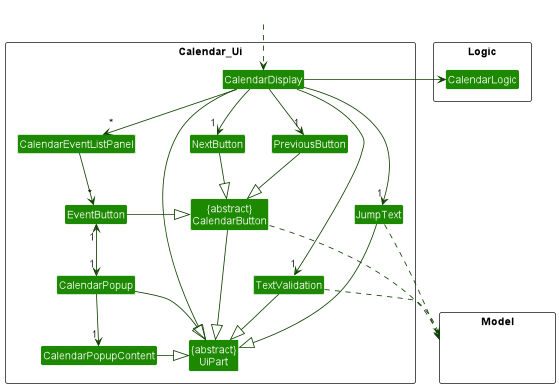
This is docs/images/CalendarUiClassDiagram.png from nus-cs2103-AY2223S1/tp, a PlantUML export, as it was before one commit. Its source is kept beside it as docs/diagrams/CalendarUiClassDiagram.puml.
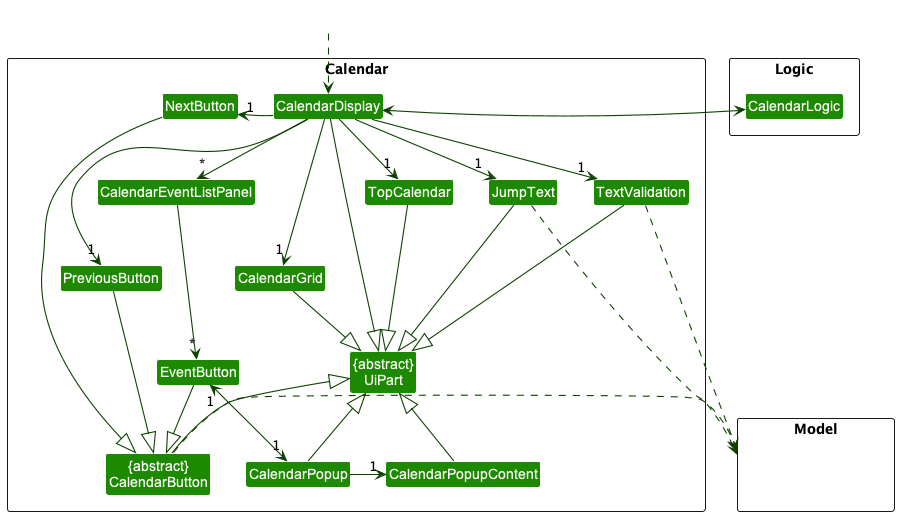
After the change.

Commit message:
Update UI class diagrams

What changed in the source:
```diff
@@ -4,7 +4,7 @@
 skinparam arrowColor UI_COLOR_T4
 skinparam classBackgroundColor UI_COLOR
 
-package Calendar_Ui <<Rectangle>>{
+package Calendar <<Rectangle>>{
 Class "{abstract}\nUiPart" as UiPart
 Class CalendarDisplay
 Class "{abstract}\nCalendarButton" as CalendarButton
@@ -16,6 +16,8 @@
 Class TextValidation
 Class CalendarPopup
 Class CalendarPopupContent
+Class TopCalendar
+Class CalendarGrid
 }
 
 package Model <<Rectangle>> {
@@ -30,30 +32,35 @@
 HiddenOutside ..> CalendarDisplay
 
 CalendarDisplay -down-> "*" CalendarEventListPanel
-CalendarDisplay -down-> "1" NextButton
-CalendarDisplay -down-> "1" PreviousButton
+
 CalendarDisplay -down-> "1" JumpText
 CalendarDisplay -down-> "1" TextValidation
+CalendarDisplay -down-> "1" CalendarGrid
+CalendarDisplay -down-> "1" TopCalendar
 CalendarEventListPanel -down-> "*" EventButton
+CalendarDisplay -right-> "1" NextButton
+CalendarDisplay -right-> "1" PreviousButton
 
 EventButton "1" <-down-> "1" CalendarPopup
 EventButton -down|> CalendarButton
 NextButton -down-|> CalendarButton
 PreviousButton -down-|> CalendarButton
 CalendarPopup -right> "1" CalendarPopupContent
-CalendarDisplay -right-> CalendarLogic
+CalendarDisplay <-right-> CalendarLogic
 
 CalendarDisplay --|> UiPart
-CalendarButton --|> UiPart
+CalendarButton -up-|> UiPart
 JumpText ---|> UiPart
 TextValidation --|> UiPart
-CalendarPopup --|> UiPart
-CalendarPopupContent -|> UiPart
+CalendarPopup -up-|> UiPart
+CalendarPopupContent -up-|> UiPart
+CalendarGrid --|> UiPart
+TopCalendar --|> UiPart
 
 
-CalendarButton ..> Model
-JumpText ..> Model
-TextValidation ..> Model
+CalendarButton .right.> Model
+JumpText .right.> Model
+TextValidation .right.> Model
 
 CalendarDisplay -[hidden]up- NextButton
 
```
